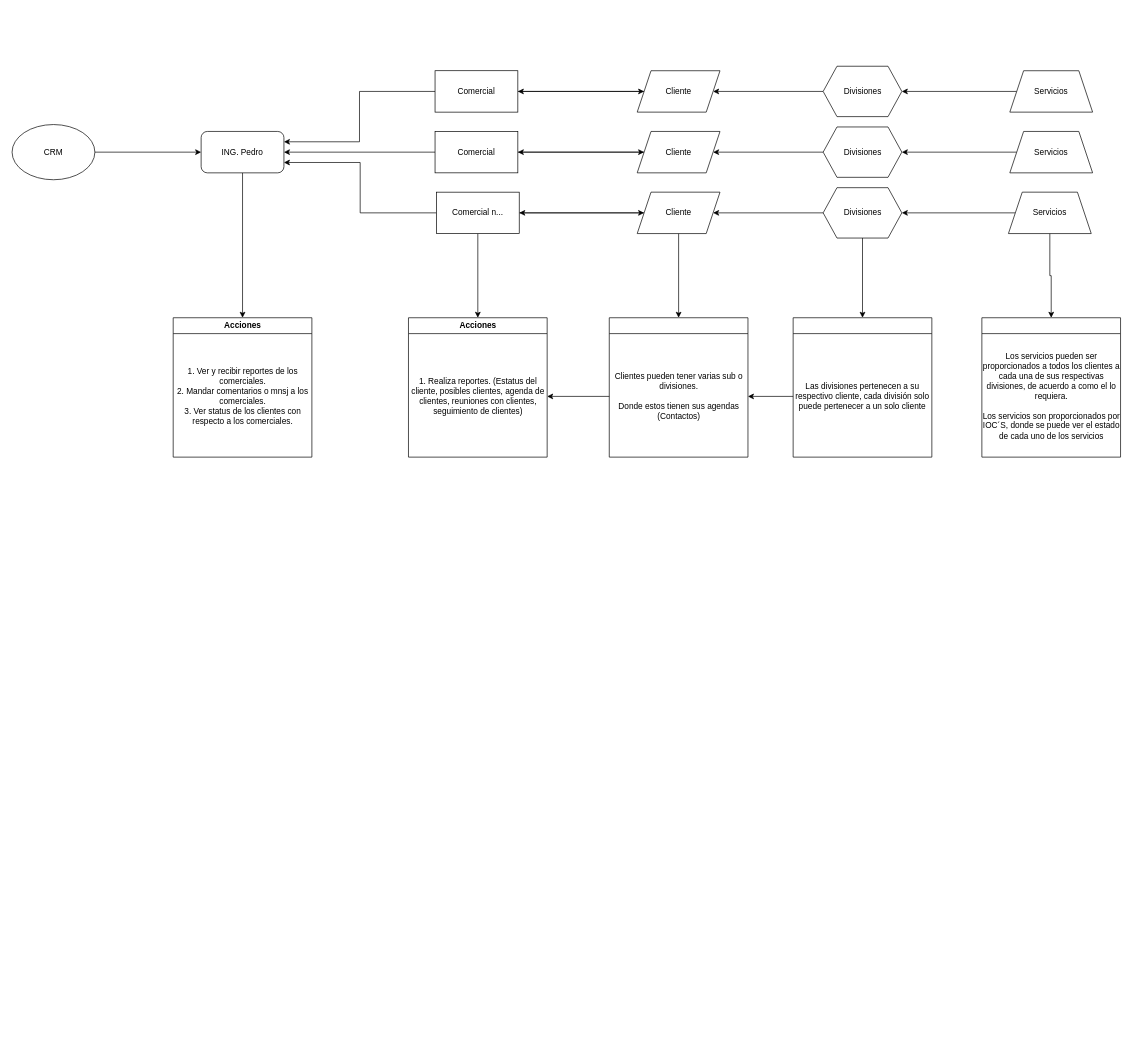
This is Diagrama sin título.drawio from OscFPC/Aux_B, a draw.io file, before an edit. Source tidied: cells renumbered, new cells numbered last; positions are measured from the earlier drawing's top-left corner, leaving out a move shared by most shapes. Both pictures are drawn from the tidied source at 69%, with x=0, y=0 at pixel (12, 66).
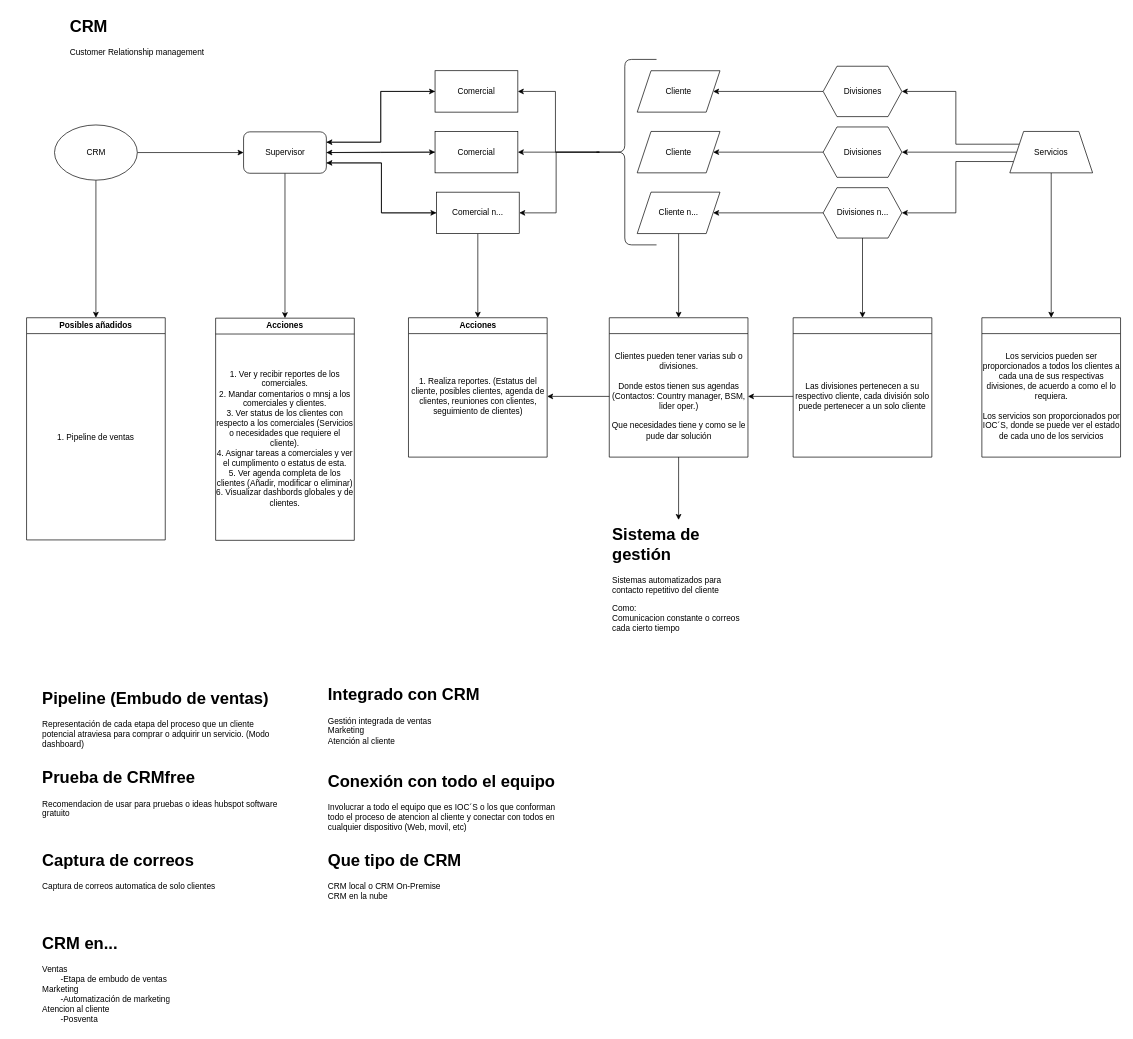
The same page after the edit.

Unchanged cells that the change refers to:
```xml
<mxCell id="8" value="Comercial" style="rounded=0;whiteSpace=wrap;html=1;" parent="1" vertex="1">
  <mxGeometry x="613" y="95" width="120" height="60" as="geometry" />
</mxCell>
<mxCell id="11" value="Comercial" style="rounded=0;whiteSpace=wrap;html=1;" parent="1" vertex="1">
  <mxGeometry x="613" y="7" width="120" height="60" as="geometry" />
</mxCell>
<mxCell id="15" value="Comercial n..." style="rounded=0;whiteSpace=wrap;html=1;" parent="1" vertex="1">
  <mxGeometry x="615" y="183" width="120" height="60" as="geometry" />
</mxCell>
<mxCell id="17" value="Cliente" style="shape=parallelogram;perimeter=parallelogramPerimeter;whiteSpace=wrap;html=1;fixedSize=1;" parent="1" vertex="1">
  <mxGeometry x="906" y="7" width="120" height="60" as="geometry" />
</mxCell>
<mxCell id="19" value="Cliente" style="shape=parallelogram;perimeter=parallelogramPerimeter;whiteSpace=wrap;html=1;fixedSize=1;" parent="1" vertex="1">
  <mxGeometry x="906" y="95" width="120" height="60" as="geometry" />
</mxCell>
<mxCell id="27" style="swimlane;whiteSpace=wrap;html=1;" parent="1" vertex="1">
  <mxGeometry x="865.5" y="365" width="201" height="202" as="geometry" />
</mxCell>
<mxCell id="30" value="Divisiones" style="shape=hexagon;perimeter=hexagonPerimeter2;whiteSpace=wrap;html=1;fixedSize=1;" parent="1" vertex="1">
  <mxGeometry x="1175.5" y="0.5" width="114" height="73" as="geometry" />
</mxCell>
<mxCell id="39" value="Servicios" style="shape=trapezoid;perimeter=trapezoidPerimeter;whiteSpace=wrap;html=1;fixedSize=1;" parent="1" vertex="1">
  <mxGeometry x="1446" y="95" width="120" height="60" as="geometry" />
</mxCell>
<mxCell id="45" style="swimlane;whiteSpace=wrap;html=1;" parent="1" vertex="1">
  <mxGeometry x="1405.5" y="365" width="201" height="202" as="geometry" />
</mxCell>
```

Diff of the diagram source:
```diff
@@
+    <mxCell id="49" style="edgeStyle=orthogonalEdgeStyle;rounded=0;jettySize=auto;html=1;exitX=0.5;exitY=0;exitDx=0;exitDy=0;entryX=0.5;entryY=0;entryDx=0;entryDy=0;" parent="1" edge="1" source="3" target="63">
+      <mxGeometry relative="1" as="geometry" />
+    </mxCell>
     <mxCell id="3" value="CRM" style="ellipse;whiteSpace=wrap;html=1;direction=west;" parent="1" vertex="1">
-      <mxGeometry y="85" width="120" height="80" as="geometry" />
+      <mxGeometry x="61.5" y="85.6" width="120" height="80" as="geometry" />
     </mxCell>
@@
+    <mxCell id="50" style="edgeStyle=orthogonalEdgeStyle;rounded=0;jettySize=auto;html=1;exitX=1;exitY=0.25;exitDx=0;exitDy=0;entryX=0;entryY=0.5;entryDx=0;entryDy=0;" parent="1" edge="1" source="5" target="11">
+      <mxGeometry relative="1" as="geometry" />
+    </mxCell>
+    <mxCell id="51" style="edgeStyle=orthogonalEdgeStyle;rounded=0;jettySize=auto;html=1;exitX=1;exitY=0.5;exitDx=0;exitDy=0;entryX=0;entryY=0.5;entryDx=0;entryDy=0;" parent="1" edge="1" source="5" target="8">
+      <mxGeometry relative="1" as="geometry" />
+    </mxCell>
+    <mxCell id="52" style="edgeStyle=orthogonalEdgeStyle;rounded=0;jettySize=auto;html=1;exitX=1;exitY=0.75;exitDx=0;exitDy=0;entryX=0;entryY=0.5;entryDx=0;entryDy=0;" parent="1" edge="1" source="5" target="15">
+      <mxGeometry relative="1" as="geometry" />
+    </mxCell>
-    <mxCell id="5" value="ING. Pedro" style="rounded=1;whiteSpace=wrap;html=1;" parent="1" vertex="1">
-      <mxGeometry x="274" y="95" width="120" height="60" as="geometry" />
+    <mxCell id="5" value="Supervisor" style="rounded=1;whiteSpace=wrap;html=1;" parent="1" vertex="1">
+      <mxGeometry x="335.5" y="95.6" width="120" height="60" as="geometry" />
     </mxCell>
@@
-    <mxCell id="7" style="edgeStyle=orthogonalEdgeStyle;rounded=0;jettySize=auto;html=1;exitX=1;exitY=0.5;exitDx=0;exitDy=0;entryX=0;entryY=0.5;entryDx=0;entryDy=0;" parent="1" edge="1" source="8" target="19">
-      <mxGeometry relative="1" as="geometry" />
-    </mxCell>
@@
-    <mxCell id="10" style="edgeStyle=orthogonalEdgeStyle;rounded=0;jettySize=auto;html=1;exitX=1;exitY=0.5;exitDx=0;exitDy=0;" parent="1" edge="1" source="11" target="17">
-      <mxGeometry relative="1" as="geometry" />
-    </mxCell>
@@
-    <mxCell id="14" style="edgeStyle=orthogonalEdgeStyle;rounded=0;jettySize=auto;html=1;exitX=1;exitY=0.5;exitDx=0;exitDy=0;entryX=0;entryY=0.5;entryDx=0;entryDy=0;" parent="1" edge="1" source="15" target="22">
-      <mxGeometry relative="1" as="geometry" />
-    </mxCell>
@@
-    <mxCell id="16" style="edgeStyle=orthogonalEdgeStyle;rounded=0;jettySize=auto;html=1;exitX=0;exitY=0.5;exitDx=0;exitDy=0;entryX=1;entryY=0.5;entryDx=0;entryDy=0;" parent="1" edge="1" source="17" target="11">
-      <mxGeometry relative="1" as="geometry" />
-    </mxCell>
@@
-    <mxCell id="18" style="edgeStyle=orthogonalEdgeStyle;rounded=0;jettySize=auto;html=1;exitX=0;exitY=0.5;exitDx=0;exitDy=0;entryX=1;entryY=0.5;entryDx=0;entryDy=0;" parent="1" edge="1" source="19" target="8">
-      <mxGeometry relative="1" as="geometry" />
-    </mxCell>
@@
-    <mxCell id="20" style="edgeStyle=orthogonalEdgeStyle;rounded=0;jettySize=auto;html=1;exitX=0;exitY=0.5;exitDx=0;exitDy=0;entryX=1;entryY=0.5;entryDx=0;entryDy=0;" parent="1" edge="1" source="22" target="15">
-      <mxGeometry relative="1" as="geometry" />
-    </mxCell>
@@
-    <mxCell id="22" value="Cliente" style="shape=parallelogram;perimeter=parallelogramPerimeter;whiteSpace=wrap;html=1;fixedSize=1;" parent="1" vertex="1">
+    <mxCell id="22" value="Cliente n..." style="shape=parallelogram;perimeter=parallelogramPerimeter;whiteSpace=wrap;html=1;fixedSize=1;" parent="1" vertex="1">
       <mxGeometry x="906" y="183" width="120" height="60" as="geometry" />
     </mxCell>
     <mxCell id="23" value="Acciones" style="swimlane;whiteSpace=wrap;html=1;" parent="1" vertex="1">
-      <mxGeometry x="233.5" y="365" width="201" height="202" as="geometry" />
+      <mxGeometry x="295" y="365.6" width="201" height="322" as="geometry" />
     </mxCell>
-    <mxCell id="24" value="1. Ver y recibir reportes de los comerciales.&lt;div&gt;2. Mandar comentarios o mnsj a los comerciales.&lt;/div&gt;&lt;div&gt;3. Ver status de los clientes con respecto a los comerciales.&lt;/div&gt;" style="text;html=1;align=center;verticalAlign=middle;whiteSpace=wrap;rounded=0;" parent="23" vertex="1">
-      <mxGeometry y="26" width="201" height="176" as="geometry" />
+    <mxCell id="24" value="1. Ver y recibir reportes de los comerciales.&lt;div&gt;2. Mandar comentarios o mnsj a los comerciales y clientes.&lt;/div&gt;&lt;div&gt;3. Ver status de los clientes con respecto a los comerciales (Servicios o necesidades que requiere el cliente).&lt;/div&gt;&lt;div&gt;4. Asignar tareas a comerciales y ver el cumplimento o estatus de esta.&lt;/div&gt;&lt;div&gt;5. Ver agenda completa de los clientes (Añadir, modificar o eliminar)&lt;/div&gt;&lt;div&gt;6. Visualizar dashbords globales y de clientes.&lt;/div&gt;" style="text;html=1;align=center;verticalAlign=middle;whiteSpace=wrap;rounded=0;" parent="23" vertex="1">
+      <mxGeometry y="26" width="201" height="296" as="geometry" />
     </mxCell>
@@
-    <mxCell id="28" value="Clientes pueden tener varias sub o divisiones.&lt;br&gt;&lt;div&gt;&lt;br&gt;&lt;/div&gt;&lt;div&gt;Donde estos tienen sus agendas (Contactos)&lt;/div&gt;" style="text;html=1;align=center;verticalAlign=middle;whiteSpace=wrap;rounded=0;" parent="27" vertex="1">
+    <mxCell id="28" value="Clientes pueden tener varias sub o divisiones.&lt;br&gt;&lt;div&gt;&lt;br&gt;&lt;/div&gt;&lt;div&gt;Donde estos tienen sus agendas (Contactos: Country manager, BSM, lider oper.)&lt;/div&gt;&lt;div&gt;&lt;br&gt;&lt;/div&gt;&lt;div&gt;Que necesidades tiene y como se le pude dar solución&lt;/div&gt;" style="text;html=1;align=center;verticalAlign=middle;whiteSpace=wrap;rounded=0;" parent="27" vertex="1">
       <mxGeometry y="26" width="201" height="176" as="geometry" />
     </mxCell>
@@
-    <mxCell id="35" value="Divisiones" style="shape=hexagon;perimeter=hexagonPerimeter2;whiteSpace=wrap;html=1;fixedSize=1;" parent="1" vertex="1">
+    <mxCell id="35" value="Divisiones n..." style="shape=hexagon;perimeter=hexagonPerimeter2;whiteSpace=wrap;html=1;fixedSize=1;" parent="1" vertex="1">
       <mxGeometry x="1175.5" y="176.5" width="114" height="73" as="geometry" />
     </mxCell>
-    <mxCell id="36" style="edgeStyle=orthogonalEdgeStyle;rounded=0;jettySize=auto;html=1;exitX=0;exitY=0.5;exitDx=0;exitDy=0;" parent="1" edge="1" source="37" target="30">
-      <mxGeometry relative="1" as="geometry" />
-    </mxCell>
-    <mxCell id="37" value="Servicios" style="shape=trapezoid;perimeter=trapezoidPerimeter;whiteSpace=wrap;html=1;fixedSize=1;" parent="1" vertex="1">
-      <mxGeometry x="1446" y="7" width="120" height="60" as="geometry" />
-    </mxCell>
@@
+    <mxCell id="53" style="edgeStyle=orthogonalEdgeStyle;rounded=0;jettySize=auto;html=1;exitX=0;exitY=0.25;exitDx=0;exitDy=0;entryX=1;entryY=0.5;entryDx=0;entryDy=0;" parent="1" edge="1" source="39" target="30">
+      <mxGeometry relative="1" as="geometry" />
+    </mxCell>
+    <mxCell id="54" style="edgeStyle=orthogonalEdgeStyle;rounded=0;jettySize=auto;html=1;exitX=0;exitY=0.75;exitDx=0;exitDy=0;entryX=1;entryY=0.5;entryDx=0;entryDy=0;" parent="1" edge="1" source="39" target="35">
+      <mxGeometry relative="1" as="geometry" />
+    </mxCell>
+    <mxCell id="55" style="edgeStyle=orthogonalEdgeStyle;rounded=0;jettySize=auto;html=1;exitX=0.5;exitY=1;exitDx=0;exitDy=0;entryX=0.5;entryY=0;entryDx=0;entryDy=0;" parent="1" edge="1" source="39" target="45">
+      <mxGeometry relative="1" as="geometry" />
+    </mxCell>
@@
-    <mxCell id="40" style="edgeStyle=orthogonalEdgeStyle;rounded=0;jettySize=auto;html=1;exitX=0;exitY=0.5;exitDx=0;exitDy=0;entryX=1;entryY=0.5;entryDx=0;entryDy=0;" parent="1" edge="1" source="42" target="35">
-      <mxGeometry relative="1" as="geometry" />
-    </mxCell>
-    <mxCell id="41" style="edgeStyle=orthogonalEdgeStyle;rounded=0;jettySize=auto;html=1;exitX=0.5;exitY=1;exitDx=0;exitDy=0;entryX=0.5;entryY=0;entryDx=0;entryDy=0;" parent="1" edge="1" source="42" target="45">
-      <mxGeometry relative="1" as="geometry" />
-    </mxCell>
-    <mxCell id="42" value="Servicios" style="shape=trapezoid;perimeter=trapezoidPerimeter;whiteSpace=wrap;html=1;fixedSize=1;" parent="1" vertex="1">
-      <mxGeometry x="1444" y="183" width="120" height="60" as="geometry" />
-    </mxCell>
@@
+    <mxCell id="56" value="&lt;h1 style=&quot;margin-top: 0px;&quot;&gt;Sistema de gestión&lt;/h1&gt;&lt;p&gt;Sistemas automatizados para contacto repetitivo del cliente&lt;/p&gt;&lt;p&gt;Como:&lt;br&gt;Comunicacion constante o correos cada cierto tiempo&lt;/p&gt;" style="text;html=1;whiteSpace=wrap;overflow=hidden;rounded=0;" parent="1" vertex="1">
+      <mxGeometry x="868.2" y="658" width="195.5" height="179" as="geometry" />
+    </mxCell>
+    <mxCell id="57" style="edgeStyle=orthogonalEdgeStyle;rounded=0;jettySize=auto;html=1;exitX=0.5;exitY=1;exitDx=0;exitDy=0;entryX=0.5;entryY=0;entryDx=0;entryDy=0;" parent="1" edge="1" source="28" target="56">
+      <mxGeometry relative="1" as="geometry" />
+    </mxCell>
+    <mxCell id="58" style="edgeStyle=orthogonalEdgeStyle;rounded=0;jettySize=auto;html=1;exitX=0.1;exitY=0.5;exitDx=0;exitDy=0;exitPerimeter=0;entryX=1;entryY=0.5;entryDx=0;entryDy=0;" parent="1" edge="1" source="61" target="11">
+      <mxGeometry relative="1" as="geometry" />
+    </mxCell>
+    <mxCell id="59" style="edgeStyle=orthogonalEdgeStyle;rounded=0;jettySize=auto;html=1;exitX=0.1;exitY=0.5;exitDx=0;exitDy=0;exitPerimeter=0;entryX=1;entryY=0.5;entryDx=0;entryDy=0;" parent="1" edge="1" source="61" target="8">
+      <mxGeometry relative="1" as="geometry" />
+    </mxCell>
+    <mxCell id="60" style="edgeStyle=orthogonalEdgeStyle;rounded=0;jettySize=auto;html=1;exitX=0.1;exitY=0.5;exitDx=0;exitDy=0;exitPerimeter=0;" parent="1" edge="1" source="61" target="15">
+      <mxGeometry relative="1" as="geometry" />
+    </mxCell>
+    <mxCell id="61" style="shape=curlyBracket;whiteSpace=wrap;html=1;rounded=1;labelPosition=left;verticalLabelPosition=middle;align=right;verticalAlign=middle;" parent="1" vertex="1">
+      <mxGeometry x="842" y="-9.4" width="92" height="268.8" as="geometry" />
+    </mxCell>
+    <mxCell id="62" value="&lt;h1 style=&quot;margin-top: 0px;&quot;&gt;CRM&lt;/h1&gt;&lt;p&gt;Customer Relationship management&lt;/p&gt;" style="text;html=1;whiteSpace=wrap;overflow=hidden;rounded=0;" parent="1" vertex="1">
+      <mxGeometry x="81.5" y="-78.4" width="268" height="120" as="geometry" />
+    </mxCell>
+    <mxCell id="63" value="Posibles añadidos" style="swimlane;whiteSpace=wrap;html=1;" parent="1" vertex="1">
+      <mxGeometry x="21" y="365" width="201" height="322" as="geometry" />
+    </mxCell>
+    <mxCell id="64" value="1. Pipeline de ventas" style="text;html=1;align=center;verticalAlign=middle;whiteSpace=wrap;rounded=0;" parent="63" vertex="1">
+      <mxGeometry y="26" width="201" height="296" as="geometry" />
+    </mxCell>
+    <mxCell id="65" value="&lt;h1 style=&quot;margin-top: 0px;&quot;&gt;Pipeline (Embudo de ventas)&lt;/h1&gt;&lt;p&gt;Representación de cada etapa del proceso que un cliente potencial atraviesa para comprar o adquirir un servicio. (Modo dashboard)&lt;/p&gt;" style="text;html=1;whiteSpace=wrap;overflow=hidden;rounded=0;" parent="1" vertex="1">
+      <mxGeometry x="42" y="895.6" width="347.5" height="120" as="geometry" />
+    </mxCell>
+    <mxCell id="66" value="&lt;h1 style=&quot;margin-top: 0px;&quot;&gt;Prueba de CRMfree&lt;/h1&gt;&lt;p&gt;Recomendacion de usar para pruebas o ideas hubspot software gratuito&lt;/p&gt;" style="text;html=1;whiteSpace=wrap;overflow=hidden;rounded=0;" parent="1" vertex="1">
+      <mxGeometry x="41.8" y="1010.6" width="347.5" height="120" as="geometry" />
+    </mxCell>
+    <mxCell id="67" value="&lt;h1 style=&quot;margin-top: 0px;&quot;&gt;Integrado con CRM&lt;/h1&gt;&lt;div&gt;Gestión integrada de ventas&lt;/div&gt;&lt;div&gt;Marketing&lt;/div&gt;&lt;div&gt;Atención al cliente&lt;/div&gt;&lt;div&gt;&lt;br&gt;&lt;/div&gt;" style="text;html=1;whiteSpace=wrap;overflow=hidden;rounded=0;" parent="1" vertex="1">
+      <mxGeometry x="455.5" y="890.6" width="347.5" height="120" as="geometry" />
+    </mxCell>
+    <mxCell id="68" value="&lt;h1 style=&quot;margin-top: 0px;&quot;&gt;Conexión con todo el equipo&lt;/h1&gt;&lt;div&gt;Involucrar a todo el equipo que es IOC´S o los que conforman todo el proceso de atencion al cliente y conectar con todos en cualquier dispositivo (Web, movil, etc)&lt;/div&gt;" style="text;html=1;whiteSpace=wrap;overflow=hidden;rounded=0;" parent="1" vertex="1">
+      <mxGeometry x="455.5" y="1015.6" width="347.5" height="120" as="geometry" />
+    </mxCell>
+    <mxCell id="69" value="&lt;h1 style=&quot;margin-top: 0px;&quot;&gt;Captura de correos&lt;/h1&gt;&lt;div&gt;Captura de correos automatica de solo clientes&lt;/div&gt;" style="text;html=1;whiteSpace=wrap;overflow=hidden;rounded=0;" parent="1" vertex="1">
+      <mxGeometry x="41.8" y="1130.6" width="347.5" height="120" as="geometry" />
+    </mxCell>
+    <mxCell id="70" value="&lt;h1 style=&quot;margin-top: 0px;&quot;&gt;Que tipo de CRM&lt;/h1&gt;&lt;div&gt;CRM local o CRM On-Premise&lt;/div&gt;&lt;div&gt;CRM en la nube&lt;/div&gt;" style="text;html=1;whiteSpace=wrap;overflow=hidden;rounded=0;" parent="1" vertex="1">
+      <mxGeometry x="455.5" y="1130.6" width="347.5" height="120" as="geometry" />
+    </mxCell>
+    <mxCell id="71" value="&lt;h1 style=&quot;margin-top: 0px;&quot;&gt;CRM en...&lt;/h1&gt;&lt;div&gt;Ventas&lt;/div&gt;&lt;div&gt;&lt;span style=&quot;white-space: pre;&quot;&gt;&#9;&lt;/span&gt;-Etapa de embudo de ventas&lt;br&gt;&lt;/div&gt;&lt;div&gt;Marketing&lt;/div&gt;&lt;div&gt;&lt;span style=&quot;white-space: pre;&quot;&gt;&#9;&lt;/span&gt;-Automatización de marketing&lt;br&gt;&lt;/div&gt;&lt;div&gt;Atencion al cliente&lt;/div&gt;&lt;div&gt;&lt;span style=&quot;white-space: pre;&quot;&gt;&#9;&lt;/span&gt;-Posventa&lt;br&gt;&lt;/div&gt;" style="text;html=1;whiteSpace=wrap;overflow=hidden;rounded=0;" parent="1" vertex="1">
+      <mxGeometry x="41.8" y="1250.6" width="347.5" height="140" as="geometry" />
+    </mxCell>
```
